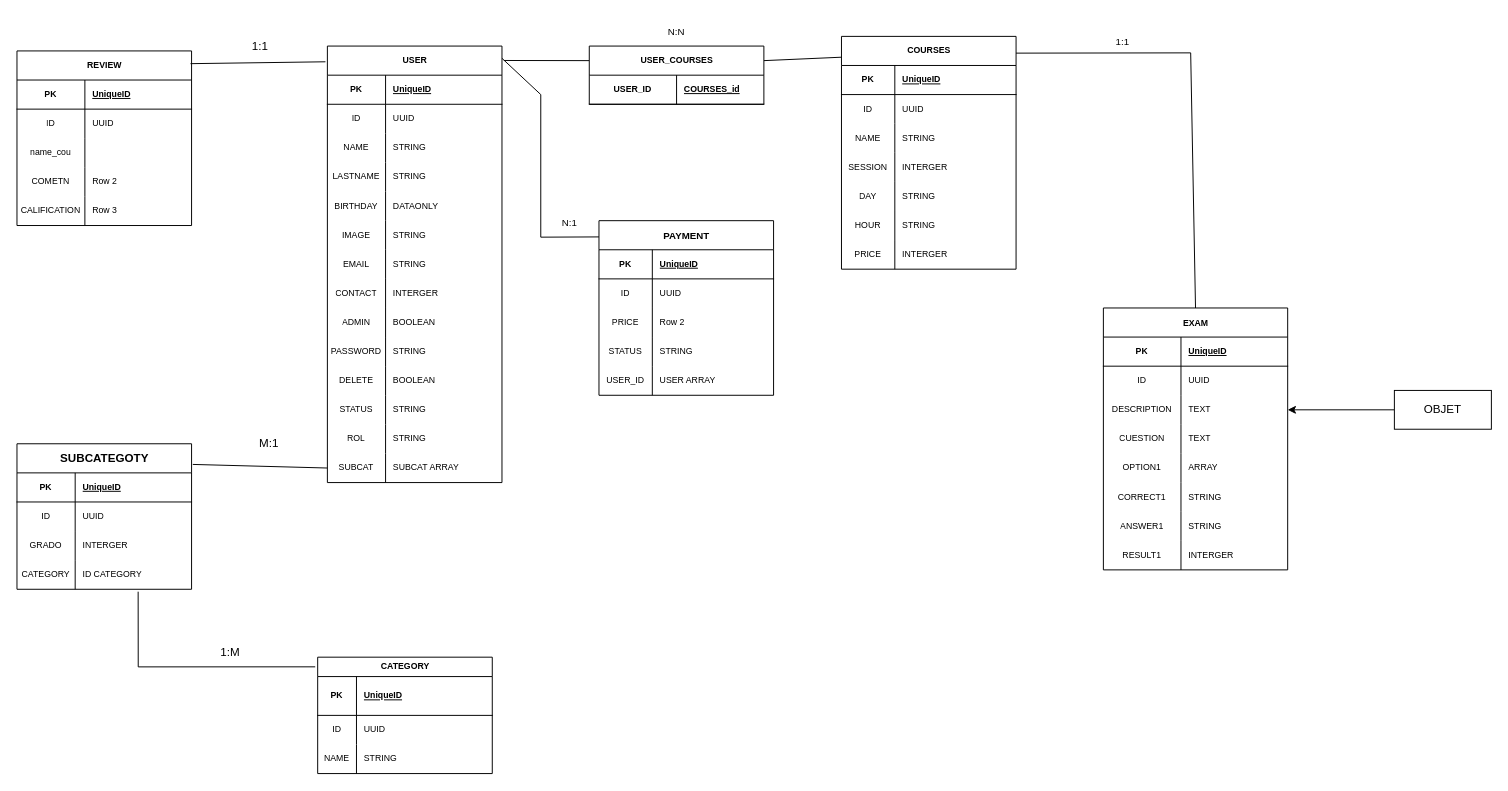
Before: Diagrama sin título.drawio in AndresAndrada/AndresAndrada, a draw.io diagram. Source tidied: cells renumbered, new cells numbered last; positions are measured from the earlier drawing's top-left corner, leaving out a move shared by most shapes. Both pictures are drawn from the tidied source at 97%, with x=0, y=0 at pixel (16, 16).
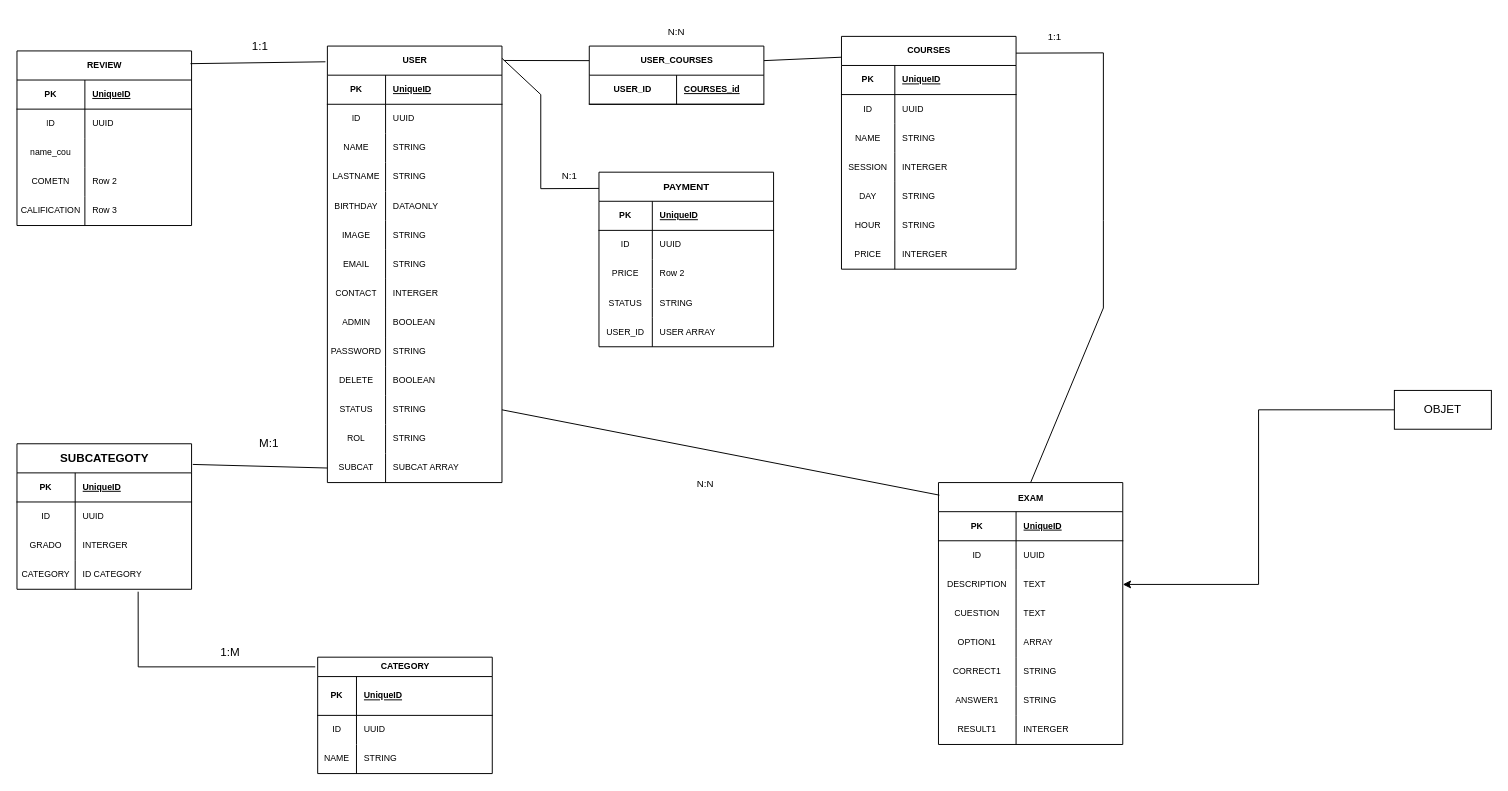
The same diagram, later.

Unchanged cells that the change refers to:
```xml
<mxCell id="4" value="USER" style="shape=table;startSize=30;childLayout=tableLayout;rowLines=0;fontStyle=1;align=center;html=1;labelBorderColor=none;fontSize=9;" parent="1" vertex="1">
  <mxGeometry x="320" y="30" width="180" height="450" as="geometry" />
</mxCell>
<mxCell id="38" style="shape=tableRow;horizontal=0;startSize=0;swimlaneHead=0;swimlaneBody=0;fillColor=none;points=[[0,0.5],[1,0.5]];portConstraint=eastwest;top=0;left=0;right=0;bottom=0;" parent="4" vertex="1">
  <mxGeometry y="360" width="180" height="30" as="geometry" />
</mxCell>
<mxCell id="47" value="COURSES" style="shape=table;startSize=30;childLayout=tableLayout;rowLines=0;fontStyle=1;align=center;html=1;fontSize=9;" parent="1" vertex="1">
  <mxGeometry x="850" y="20" width="180" height="240" as="geometry" />
</mxCell>
```

Diff of the diagram source:
```diff
@@
     <mxCell id="86" value="&lt;font size=&quot;1&quot;&gt;PAYMENT&lt;/font&gt;" style="shape=table;startSize=30;childLayout=tableLayout;rowLines=0;fontStyle=1;align=center;html=1;" parent="1" vertex="1">
-      <mxGeometry x="600" y="210" width="180" height="180" as="geometry" />
+      <mxGeometry x="600" y="160" width="180" height="180" as="geometry" />
     </mxCell>
@@
     <mxCell id="102" style="endArrow=none;html=1;rounded=0;entryX=0;entryY=0.093;entryDx=0;entryDy=0;entryPerimeter=0;exitX=1;exitY=0.028;exitDx=0;exitDy=0;exitPerimeter=0;" parent="1" edge="1" source="4" target="86">
       <mxGeometry relative="1" as="geometry">
         <Array as="points">
           <mxPoint x="540" y="80" />
-          <mxPoint x="540" y="227" />
+          <mxPoint x="540" y="177" />
         </Array>
       </mxGeometry>
     </mxCell>
     <mxCell id="103" value="N:1" style="text;strokeColor=none;align=center;fillColor=none;html=1;verticalAlign=middle;whiteSpace=wrap;rounded=0;fontSize=10;" parent="1" vertex="1">
-      <mxGeometry x="540" y="197" width="60" height="30" as="geometry" />
+      <mxGeometry x="540" y="149" width="60" height="30" as="geometry" />
     </mxCell>
     <mxCell id="104" value="&lt;font style=&quot;font-size: 9px;&quot;&gt;EXAM&lt;/font&gt;" style="shape=table;startSize=30;childLayout=tableLayout;rowLines=0;fontStyle=1;align=center;html=1;" parent="1" vertex="1">
-      <mxGeometry x="1120" y="300" width="190" height="270" as="geometry" />
+      <mxGeometry x="950" y="480" width="190" height="270" as="geometry" />
     </mxCell>
@@
     <mxCell id="146" style="endArrow=none;html=1;rounded=0;exitX=0.5;exitY=0;exitDx=0;exitDy=0;entryX=1;entryY=0.072;entryDx=0;entryDy=0;entryPerimeter=0;" parent="1" edge="1" source="104" target="47">
       <mxGeometry relative="1" as="geometry">
         <Array as="points">
-          <mxPoint x="1210" y="37" />
+          <mxPoint x="1120" y="300" />
+          <mxPoint x="1120" y="210" />
+          <mxPoint x="1120" y="37" />
         </Array>
       </mxGeometry>
     </mxCell>
     <mxCell id="147" value="1:1" style="text;strokeColor=none;align=center;fillColor=none;html=1;verticalAlign=middle;whiteSpace=wrap;rounded=0;fontSize=10;" parent="1" vertex="1">
-      <mxGeometry x="1110" y="10" width="60" height="30" as="geometry" />
+      <mxGeometry x="1040" y="5" width="60" height="30" as="geometry" />
     </mxCell>
@@
+    <mxCell id="166" style="endArrow=none;html=1;rounded=0;exitX=1;exitY=0.5;exitDx=0;exitDy=0;entryX=0.005;entryY=0.048;entryDx=0;entryDy=0;entryPerimeter=0;" parent="1" edge="1" source="38" target="104">
+      <mxGeometry relative="1" as="geometry" />
+    </mxCell>
+    <mxCell id="167" value="N:N" style="text;strokeColor=none;align=center;fillColor=none;html=1;verticalAlign=middle;whiteSpace=wrap;rounded=0;fontSize=10;" parent="1" vertex="1">
+      <mxGeometry x="680" y="466" width="60" height="30" as="geometry" />
+    </mxCell>
```
